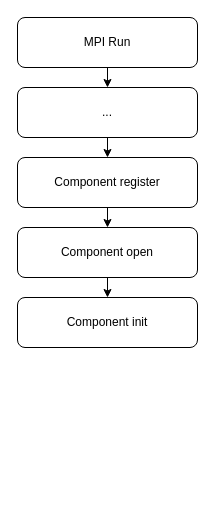
Above: ompi/self-flow.drawio in Troyself/img-design-draw-io (draw.io), before the change. Source tidied: cells renumbered, new cells numbered last; positions are measured from the earlier drawing's top-left corner, leaving out a move shared by most shapes. Both pictures are drawn from the tidied source at 100%, with x=0, y=0 at pixel (17, 17).
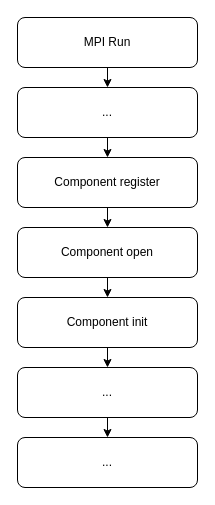
Above is the later version.

The edit, as a diff of the source:
```diff
@@
 <mxGraphModel>
   <root>
     <mxCell id="0" />
     <mxCell id="1" parent="0" />
     <mxCell id="2" style="edgeStyle=orthogonalEdgeStyle;rounded=0;jettySize=auto;html=1;exitX=0.5;exitY=1;exitDx=0;exitDy=0;entryX=0.5;entryY=0;entryDx=0;entryDy=0;fontFamily=Helvetica;fontSize=12;fontColor=default;" parent="1" edge="1" source="3" target="5">
       <mxGeometry relative="1" as="geometry" />
     </mxCell>
     <mxCell id="3" value="MPI Run" style="rounded=1;whiteSpace=wrap;html=1;fillColor=none;" parent="1" vertex="1">
       <mxGeometry width="180" height="50" as="geometry" />
     </mxCell>
     <mxCell id="4" style="edgeStyle=orthogonalEdgeStyle;rounded=0;jettySize=auto;html=1;exitX=0.5;exitY=1;exitDx=0;exitDy=0;entryX=0.5;entryY=0;entryDx=0;entryDy=0;fontFamily=Helvetica;fontSize=12;fontColor=default;" parent="1" edge="1" source="5" target="7">
       <mxGeometry relative="1" as="geometry" />
     </mxCell>
     <mxCell id="5" value="..." style="rounded=1;whiteSpace=wrap;html=1;fillColor=none;" parent="1" vertex="1">
       <mxGeometry y="70" width="180" height="50" as="geometry" />
     </mxCell>
     <mxCell id="6" style="edgeStyle=orthogonalEdgeStyle;rounded=0;jettySize=auto;html=1;exitX=0.5;exitY=1;exitDx=0;exitDy=0;entryX=0.5;entryY=0;entryDx=0;entryDy=0;fontFamily=Helvetica;fontSize=12;fontColor=default;" parent="1" edge="1" source="7" target="9">
       <mxGeometry relative="1" as="geometry" />
     </mxCell>
     <mxCell id="7" value="Component register" style="rounded=1;whiteSpace=wrap;html=1;fillColor=none;" parent="1" vertex="1">
       <mxGeometry y="140" width="180" height="50" as="geometry" />
     </mxCell>
     <mxCell id="8" style="edgeStyle=orthogonalEdgeStyle;rounded=0;jettySize=auto;html=1;exitX=0.5;exitY=1;exitDx=0;exitDy=0;entryX=0.5;entryY=0;entryDx=0;entryDy=0;fontFamily=Helvetica;fontSize=12;fontColor=default;" parent="1" edge="1" source="9" target="10">
       <mxGeometry relative="1" as="geometry" />
     </mxCell>
     <mxCell id="9" value="Component open" style="rounded=1;whiteSpace=wrap;html=1;fillColor=none;" parent="1" vertex="1">
       <mxGeometry y="210" width="180" height="50" as="geometry" />
     </mxCell>
+    <mxCell id="11" style="edgeStyle=orthogonalEdgeStyle;rounded=0;jettySize=auto;html=1;exitX=0.5;exitY=1;exitDx=0;exitDy=0;entryX=0.5;entryY=0;entryDx=0;entryDy=0;fontFamily=Helvetica;fontSize=12;fontColor=default;" parent="1" edge="1" source="10" target="13">
+      <mxGeometry relative="1" as="geometry" />
+    </mxCell>
     <mxCell id="10" value="Component init" style="rounded=1;whiteSpace=wrap;html=1;fillColor=none;" parent="1" vertex="1">
       <mxGeometry y="280" width="180" height="50" as="geometry" />
     </mxCell>
+    <mxCell id="12" style="edgeStyle=orthogonalEdgeStyle;rounded=0;jettySize=auto;html=1;exitX=0.5;exitY=1;exitDx=0;exitDy=0;entryX=0.5;entryY=0;entryDx=0;entryDy=0;fontFamily=Helvetica;fontSize=12;fontColor=default;" parent="1" edge="1" source="13" target="14">
+      <mxGeometry relative="1" as="geometry" />
+    </mxCell>
+    <mxCell id="13" value="..." style="rounded=1;whiteSpace=wrap;html=1;fillColor=none;" parent="1" vertex="1">
+      <mxGeometry y="350" width="180" height="50" as="geometry" />
+    </mxCell>
+    <mxCell id="14" value="..." style="rounded=1;whiteSpace=wrap;html=1;fillColor=none;" parent="1" vertex="1">
+      <mxGeometry y="420" width="180" height="50" as="geometry" />
+    </mxCell>
   </root>
 </mxGraphModel>
```
